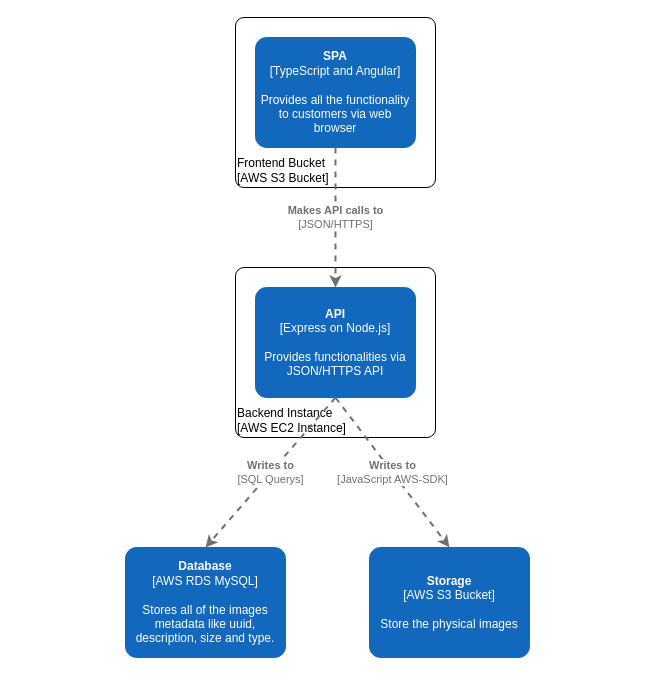
Earlier version of the draw.io diagram docs/C4_model.drawio (npinochet/crossover-test). Source tidied: cells renumbered, new cells numbered last; positions are measured from the earlier drawing's top-left corner, leaving out a move shared by most shapes. Both pictures are drawn from the tidied source at 100%, with x=0, y=0 at pixel (125, 17).
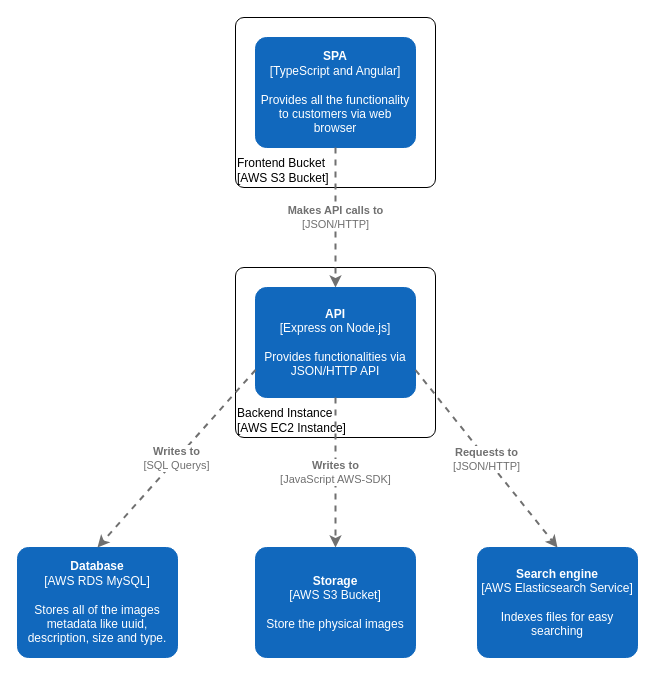
After the change.

Unchanged cells that the change refers to:
```xml
<object id="4" label="&lt;b&gt;%c4Name%&lt;/b&gt;&lt;div&gt;[%c4Type%]&lt;/div&gt;&lt;br&gt;&lt;div&gt;%c4Description%&lt;/div&gt;" c4Description="Provides all the functionality to customers via web browser" c4Name="SPA" c4Type="TypeScript and Angular" placeholders="1">
  <mxCell style="rounded=1;whiteSpace=wrap;html=1;labelBackgroundColor=none;fillColor=#1168BD;fontColor=#ffffff;align=center;arcSize=10;strokeColor=#1168BD;metaData={&quot;c4Type&quot;:{&quot;editable&quot;:false}};points=[[0.25,0,0],[0.5,0,0],[0.75,0,0],[1,0.25,0],[1,0.5,0],[1,0.75,0],[0.75,1,0],[0.5,1,0],[0.25,1,0],[0,0.75,0],[0,0.5,0],[0,0.25,0]];" parent="1" vertex="1">
    <mxGeometry x="130" y="20" width="160" height="110" as="geometry" />
  </mxCell>
</object>
```

What changed in the source:
```diff
@@
-    <object id="5" label="&lt;div style=&quot;text-align: left&quot;&gt;&lt;div style=&quot;text-align: center&quot;&gt;&lt;b&gt;%c4Description%&lt;/b&gt;&lt;/div&gt;&lt;div style=&quot;text-align: center&quot;&gt;[%c4Technology%]&lt;/div&gt;&lt;/div&gt;" c4Description="Makes API calls to" c4Technology="JSON/HTTPS" placeholders="1">
+    <object id="5" label="&lt;div style=&quot;text-align: left&quot;&gt;&lt;div style=&quot;text-align: center&quot;&gt;&lt;b&gt;%c4Description%&lt;/b&gt;&lt;/div&gt;&lt;div style=&quot;text-align: center&quot;&gt;[%c4Technology%]&lt;/div&gt;&lt;/div&gt;" c4Description="Makes API calls to" c4Technology="JSON/HTTP" placeholders="1">
       <mxCell style="edgeStyle=none;rounded=0;html=1;entryX=0.5;entryY=0;jettySize=auto;strokeColor=#707070;strokeWidth=2;fontColor=#707070;jumpStyle=none;dashed=1;metaData={&quot;c4Type&quot;:{&quot;editable&quot;:false}};exitX=0.5;exitY=1;exitDx=0;exitDy=0;exitPerimeter=0;entryDx=0;entryDy=0;entryPerimeter=0;" parent="1" edge="1" source="4" target="6">
         <mxGeometry relative="1" as="geometry" />
       </mxCell>
     </object>
-    <object id="6" label="&lt;b&gt;%c4Name%&lt;/b&gt;&lt;div&gt;[%c4Type%]&lt;/div&gt;&lt;br&gt;&lt;div&gt;%c4Description%&lt;/div&gt;" c4Description="Provides functionalities via JSON/HTTPS API&#10;" c4Name="API" c4Type="Express on Node.js" placeholders="1">
+    <object id="6" label="&lt;b&gt;%c4Name%&lt;/b&gt;&lt;div&gt;[%c4Type%]&lt;/div&gt;&lt;br&gt;&lt;div&gt;%c4Description%&lt;/div&gt;" c4Description="Provides functionalities via JSON/HTTP API" c4Name="API" c4Type="Express on Node.js" placeholders="1">
       <mxCell style="rounded=1;whiteSpace=wrap;html=1;labelBackgroundColor=none;fillColor=#1168BD;fontColor=#ffffff;align=center;arcSize=10;strokeColor=#1168BD;metaData={&quot;c4Type&quot;:{&quot;editable&quot;:false}};points=[[0.25,0,0],[0.5,0,0],[0.75,0,0],[1,0.25,0],[1,0.5,0],[1,0.75,0],[0.75,1,0],[0.5,1,0],[0.25,1,0],[0,0.75,0],[0,0.5,0],[0,0.25,0]];" parent="1" vertex="1">
         <mxGeometry x="130" y="270" width="160" height="110" as="geometry" />
       </mxCell>
     </object>
     <object id="7" label="&lt;b&gt;%c4Name%&lt;/b&gt;&lt;div&gt;[%c4Type%]&lt;/div&gt;&lt;br&gt;&lt;div&gt;%c4Description%&lt;/div&gt;" c4Description="Stores all of the images metadata like uuid, description, size and type." c4Name="Database" c4Type="AWS RDS MySQL" placeholders="1">
       <mxCell style="rounded=1;whiteSpace=wrap;html=1;labelBackgroundColor=none;fillColor=#1168BD;fontColor=#ffffff;align=center;arcSize=10;strokeColor=#1168BD;metaData={&quot;c4Type&quot;:{&quot;editable&quot;:false}};points=[[0.25,0,0],[0.5,0,0],[0.75,0,0],[1,0.25,0],[1,0.5,0],[1,0.75,0],[0.75,1,0],[0.5,1,0],[0.25,1,0],[0,0.75,0],[0,0.5,0],[0,0.25,0]];" parent="1" vertex="1">
-        <mxGeometry y="530" width="160" height="110" as="geometry" />
+        <mxGeometry x="-108" y="530" width="160" height="110" as="geometry" />
       </mxCell>
     </object>
     <object id="8" label="&lt;div style=&quot;text-align: left&quot;&gt;&lt;div style=&quot;text-align: center&quot;&gt;&lt;b&gt;%c4Description%&lt;/b&gt;&lt;/div&gt;&lt;div style=&quot;text-align: center&quot;&gt;[%c4Technology%]&lt;/div&gt;&lt;/div&gt;" c4Description="Writes to&#10;" c4Technology="SQL Querys" placeholders="1">
-      <mxCell style="edgeStyle=none;rounded=0;html=1;entryX=0.5;entryY=0;jettySize=auto;strokeColor=#707070;strokeWidth=2;fontColor=#707070;jumpStyle=none;dashed=1;metaData={&quot;c4Type&quot;:{&quot;editable&quot;:false}};exitX=0.5;exitY=1;exitDx=0;exitDy=0;exitPerimeter=0;entryDx=0;entryDy=0;entryPerimeter=0;" parent="1" edge="1" source="6" target="7">
+      <mxCell style="edgeStyle=none;rounded=0;html=1;entryX=0.5;entryY=0;jettySize=auto;strokeColor=#707070;strokeWidth=2;fontColor=#707070;jumpStyle=none;dashed=1;metaData={&quot;c4Type&quot;:{&quot;editable&quot;:false}};exitX=0;exitY=0.75;exitDx=0;exitDy=0;exitPerimeter=0;entryDx=0;entryDy=0;entryPerimeter=0;" parent="1" edge="1" source="6" target="7">
         <mxGeometry relative="1" as="geometry" />
       </mxCell>
     </object>
     <object id="9" label="&lt;b&gt;%c4Name%&lt;/b&gt;&lt;div&gt;[%c4Type%]&lt;/div&gt;&lt;br&gt;&lt;div&gt;%c4Description%&lt;/div&gt;" c4Description="Store the physical images" c4Name="Storage" c4Type="AWS S3 Bucket" placeholders="1">
       <mxCell style="rounded=1;whiteSpace=wrap;html=1;labelBackgroundColor=none;fillColor=#1168BD;fontColor=#ffffff;align=center;arcSize=10;strokeColor=#1168BD;metaData={&quot;c4Type&quot;:{&quot;editable&quot;:false}};points=[[0.25,0,0],[0.5,0,0],[0.75,0,0],[1,0.25,0],[1,0.5,0],[1,0.75,0],[0.75,1,0],[0.5,1,0],[0.25,1,0],[0,0.75,0],[0,0.5,0],[0,0.25,0]];" parent="1" vertex="1">
-        <mxGeometry x="244" y="530" width="160" height="110" as="geometry" />
+        <mxGeometry x="130" y="530" width="160" height="110" as="geometry" />
       </mxCell>
     </object>
@@
+    <object id="11" label="&lt;b&gt;%c4Name%&lt;/b&gt;&lt;div&gt;[%c4Type%]&lt;/div&gt;&lt;br&gt;&lt;div&gt;%c4Description%&lt;/div&gt;" c4Description="Indexes files for easy searching" c4Name="Search engine" c4Type="AWS Elasticsearch Service" placeholders="1">
+      <mxCell style="rounded=1;whiteSpace=wrap;html=1;labelBackgroundColor=none;fillColor=#1168BD;fontColor=#ffffff;align=center;arcSize=10;strokeColor=#1168BD;metaData={&quot;c4Type&quot;:{&quot;editable&quot;:false}};points=[[0.25,0,0],[0.5,0,0],[0.75,0,0],[1,0.25,0],[1,0.5,0],[1,0.75,0],[0.75,1,0],[0.5,1,0],[0.25,1,0],[0,0.75,0],[0,0.5,0],[0,0.25,0]];" parent="1" vertex="1">
+        <mxGeometry x="352" y="530" width="160" height="110" as="geometry" />
+      </mxCell>
+    </object>
+    <object id="12" label="&lt;div style=&quot;text-align: left&quot;&gt;&lt;div style=&quot;text-align: center&quot;&gt;&lt;b&gt;%c4Description%&lt;/b&gt;&lt;/div&gt;&lt;div style=&quot;text-align: center&quot;&gt;[%c4Technology%]&lt;/div&gt;&lt;/div&gt;" c4Description="Requests to" c4Technology="JSON/HTTP" placeholders="1">
+      <mxCell style="edgeStyle=none;rounded=0;html=1;entryX=0.5;entryY=0;jettySize=auto;strokeColor=#707070;strokeWidth=2;fontColor=#707070;jumpStyle=none;dashed=1;metaData={&quot;c4Type&quot;:{&quot;editable&quot;:false}};entryDx=0;entryDy=0;entryPerimeter=0;exitX=1;exitY=0.75;exitDx=0;exitDy=0;exitPerimeter=0;" parent="1" edge="1" source="6" target="11">
+        <mxGeometry relative="1" as="geometry" />
+      </mxCell>
+    </object>
```
